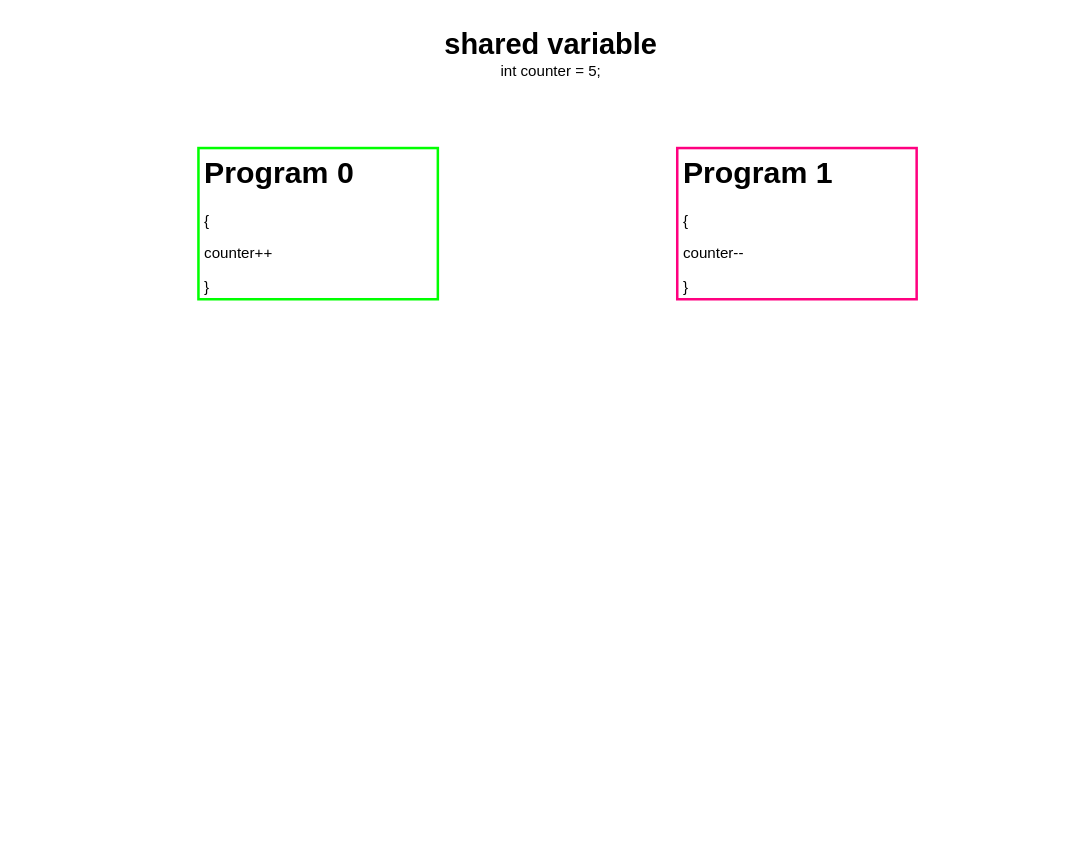
Above: sync-motivating-scenario.drawio in estraining/diagram-store (draw.io), before the change. Source tidied: cells renumbered, new cells numbered last; positions are measured from the earlier drawing's top-left corner, leaving out a move shared by most shapes. Both pictures are drawn from the tidied source at 126%, with x=0, y=0 at pixel (198, 21).
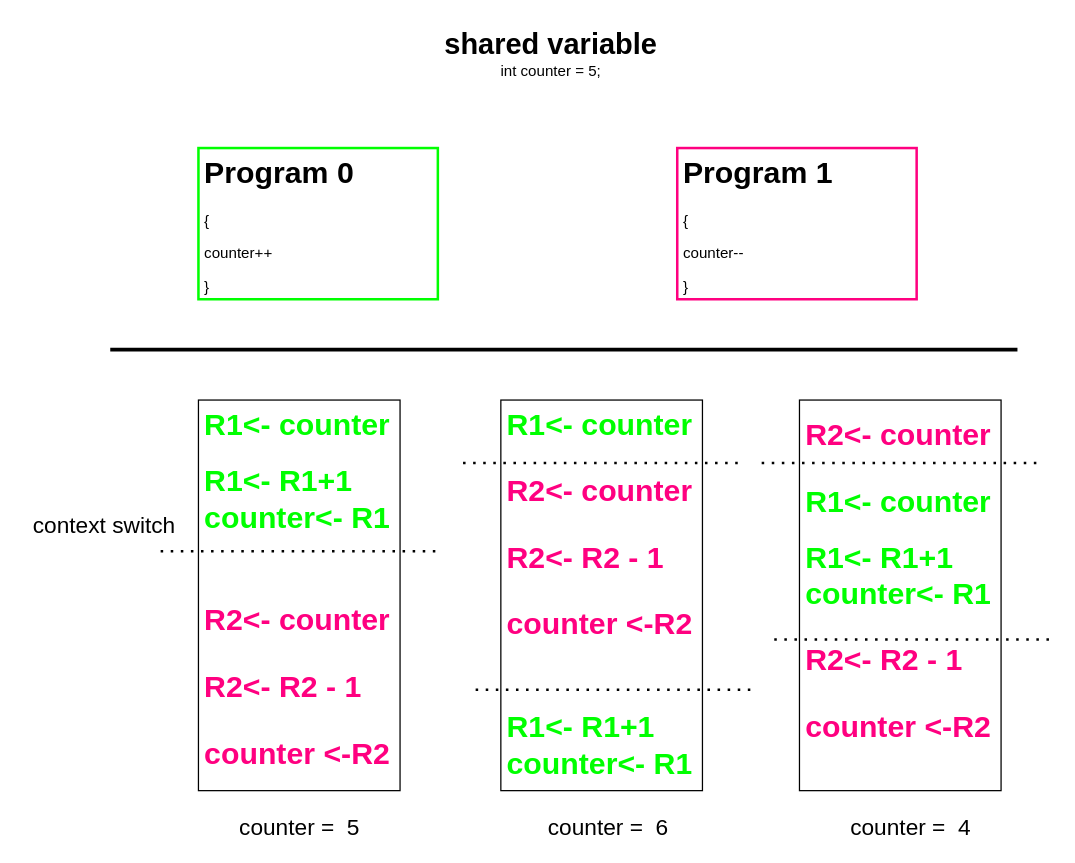
Above is the later version.

Diff of the diagram source:
```diff
@@
+    <mxCell id="5" style="endArrow=none;html=1;strokeWidth=3;" parent="1" edge="1">
+      <mxGeometry relative="1" as="geometry">
+        <mxPoint x="-70" y="260" as="sourcePoint" />
+        <mxPoint x="650" y="260" as="targetPoint" />
+      </mxGeometry>
+    </mxCell>
+    <mxCell id="6" value="&lt;h1&gt;&lt;font color=&quot;#00ff00&quot;&gt;R1&amp;lt;- counter&lt;/font&gt;&lt;/h1&gt;&lt;div style=&quot;font-size: 24px&quot;&gt;&lt;b&gt;&lt;font color=&quot;#00ff00&quot;&gt;R1&amp;lt;- R1+1&lt;/font&gt;&lt;/b&gt;&lt;/div&gt;&lt;div style=&quot;font-size: 24px&quot;&gt;&lt;b&gt;&lt;font color=&quot;#00ff00&quot;&gt;counter&amp;lt;- R1&lt;/font&gt;&lt;/b&gt;&lt;/div&gt;&lt;div style=&quot;font-size: 24px&quot;&gt;&lt;b&gt;&lt;br&gt;&lt;/b&gt;&lt;/div&gt;&lt;p style=&quot;font-size: 24px&quot;&gt;&lt;b&gt;&lt;font color=&quot;#ff0080&quot;&gt;R2&amp;lt;- counter&lt;/font&gt;&lt;/b&gt;&lt;/p&gt;&lt;p style=&quot;font-size: 24px&quot;&gt;&lt;b&gt;&lt;font color=&quot;#ff0080&quot;&gt;R2&amp;lt;- R2 - 1&lt;/font&gt;&lt;/b&gt;&lt;/p&gt;&lt;p style=&quot;font-size: 24px&quot;&gt;&lt;b&gt;&lt;font color=&quot;#ff0080&quot;&gt;counter &amp;lt;-R2&lt;/font&gt;&lt;/b&gt;&lt;/p&gt;&lt;p style=&quot;font-size: 24px&quot;&gt;&lt;b&gt;&lt;br&gt;&lt;/b&gt;&lt;/p&gt;" style="text;html=1;fillColor=none;spacing=5;spacingTop=-20;whiteSpace=wrap;overflow=hidden;rounded=0;strokeColor=#000000;" parent="1" vertex="1">
+      <mxGeometry y="300" width="160" height="310" as="geometry" />
+    </mxCell>
+    <mxCell id="7" style="endArrow=none;dashed=1;html=1;dashPattern=1 3;strokeWidth=2;" parent="1" edge="1">
+      <mxGeometry relative="1" as="geometry">
+        <mxPoint x="-30" y="420" as="sourcePoint" />
+        <mxPoint x="190" y="420" as="targetPoint" />
+      </mxGeometry>
+    </mxCell>
+    <mxCell id="8" value="&lt;h1&gt;&lt;font color=&quot;#00ff00&quot;&gt;R1&amp;lt;- counter&lt;/font&gt;&lt;/h1&gt;&lt;div style=&quot;font-size: 24px&quot;&gt;&lt;p&gt;&lt;b&gt;&lt;font color=&quot;#ff0080&quot;&gt;R2&amp;lt;- counter&lt;/font&gt;&lt;/b&gt;&lt;/p&gt;&lt;p&gt;&lt;b&gt;&lt;font color=&quot;#ff0080&quot;&gt;R2&amp;lt;- R2 - 1&lt;/font&gt;&lt;/b&gt;&lt;/p&gt;&lt;p&gt;&lt;b&gt;&lt;font color=&quot;#ff0080&quot;&gt;counter &amp;lt;-R2&lt;/font&gt;&lt;/b&gt;&lt;/p&gt;&lt;div&gt;&lt;b&gt;&lt;font color=&quot;#ff0080&quot;&gt;&lt;br&gt;&lt;/font&gt;&lt;/b&gt;&lt;/div&gt;&lt;/div&gt;&lt;div style=&quot;font-size: 24px&quot;&gt;&lt;b&gt;&lt;font color=&quot;#00ff00&quot;&gt;R1&amp;lt;- R1+1&lt;/font&gt;&lt;/b&gt;&lt;/div&gt;&lt;div style=&quot;font-size: 24px&quot;&gt;&lt;b&gt;&lt;font color=&quot;#00ff00&quot;&gt;counter&amp;lt;- R1&lt;/font&gt;&lt;/b&gt;&lt;/div&gt;&lt;div style=&quot;font-size: 24px&quot;&gt;&lt;b&gt;&lt;br&gt;&lt;/b&gt;&lt;/div&gt;&lt;p style=&quot;font-size: 24px&quot;&gt;&lt;br&gt;&lt;/p&gt;" style="text;html=1;fillColor=none;spacing=5;spacingTop=-20;whiteSpace=wrap;overflow=hidden;rounded=0;strokeColor=#000000;" parent="1" vertex="1">
+      <mxGeometry x="240" y="300" width="160" height="310" as="geometry" />
+    </mxCell>
+    <mxCell id="9" style="endArrow=none;dashed=1;html=1;dashPattern=1 3;strokeWidth=2;" parent="1" edge="1">
+      <mxGeometry relative="1" as="geometry">
+        <mxPoint x="210" y="350" as="sourcePoint" />
+        <mxPoint x="430" y="350" as="targetPoint" />
+      </mxGeometry>
+    </mxCell>
+    <mxCell id="10" style="endArrow=none;dashed=1;html=1;dashPattern=1 3;strokeWidth=2;" parent="1" edge="1">
+      <mxGeometry relative="1" as="geometry">
+        <mxPoint x="220" y="530" as="sourcePoint" />
+        <mxPoint x="440" y="530" as="targetPoint" />
+      </mxGeometry>
+    </mxCell>
+    <mxCell id="11" value="&lt;h1&gt;&lt;p style=&quot;font-weight: 400&quot;&gt;&lt;b&gt;&lt;font color=&quot;#ff0080&quot;&gt;R2&amp;lt;- counter&lt;/font&gt;&lt;/b&gt;&lt;/p&gt;&lt;/h1&gt;&lt;h1&gt;&lt;font color=&quot;#00ff00&quot;&gt;R1&amp;lt;- counter&lt;/font&gt;&lt;/h1&gt;&lt;div&gt;&lt;div style=&quot;font-size: 24px&quot;&gt;&lt;b&gt;&lt;font color=&quot;#00ff00&quot;&gt;R1&amp;lt;- R1+1&lt;/font&gt;&lt;/b&gt;&lt;/div&gt;&lt;div style=&quot;font-size: 24px&quot;&gt;&lt;b&gt;&lt;font color=&quot;#00ff00&quot;&gt;counter&amp;lt;- R1&lt;/font&gt;&lt;/b&gt;&lt;/div&gt;&lt;/div&gt;&lt;div style=&quot;font-size: 24px&quot;&gt;&lt;p&gt;&lt;b&gt;&lt;font color=&quot;#ff0080&quot;&gt;R2&amp;lt;- R2 - 1&lt;/font&gt;&lt;/b&gt;&lt;br&gt;&lt;/p&gt;&lt;p&gt;&lt;b&gt;&lt;font color=&quot;#ff0080&quot;&gt;counter &amp;lt;-R2&lt;/font&gt;&lt;/b&gt;&lt;/p&gt;&lt;div&gt;&lt;b&gt;&lt;font color=&quot;#ff0080&quot;&gt;&lt;br&gt;&lt;/font&gt;&lt;/b&gt;&lt;/div&gt;&lt;/div&gt;&lt;div style=&quot;font-size: 24px&quot;&gt;&lt;br&gt;&lt;/div&gt;&lt;div style=&quot;font-size: 24px&quot;&gt;&lt;b&gt;&lt;br&gt;&lt;/b&gt;&lt;/div&gt;&lt;p style=&quot;font-size: 24px&quot;&gt;&lt;br&gt;&lt;/p&gt;" style="text;html=1;fillColor=none;spacing=5;spacingTop=-20;whiteSpace=wrap;overflow=hidden;rounded=0;strokeColor=#000000;" parent="1" vertex="1">
+      <mxGeometry x="477" y="300" width="160" height="310" as="geometry" />
+    </mxCell>
+    <mxCell id="12" style="endArrow=none;dashed=1;html=1;dashPattern=1 3;strokeWidth=2;" parent="1" edge="1">
+      <mxGeometry relative="1" as="geometry">
+        <mxPoint x="447" y="350" as="sourcePoint" />
+        <mxPoint x="667" y="350" as="targetPoint" />
+      </mxGeometry>
+    </mxCell>
+    <mxCell id="13" style="endArrow=none;dashed=1;html=1;dashPattern=1 3;strokeWidth=2;" parent="1" edge="1">
+      <mxGeometry relative="1" as="geometry">
+        <mxPoint x="457" y="490" as="sourcePoint" />
+        <mxPoint x="677" y="490" as="targetPoint" />
+      </mxGeometry>
+    </mxCell>
+    <mxCell id="14" value="&lt;font style=&quot;font-size: 18px&quot;&gt;context switch&lt;/font&gt;" style="text;html=1;align=center;verticalAlign=middle;" parent="1" vertex="1">
+      <mxGeometry x="-140" y="390" width="130" height="20" as="geometry" />
+    </mxCell>
+    <mxCell id="15" value="&lt;font style=&quot;font-size: 18px&quot;&gt;counter =&amp;nbsp; 5&lt;/font&gt;" style="text;html=1;align=center;verticalAlign=middle;" parent="1" vertex="1">
+      <mxGeometry x="25" y="630" width="110" height="20" as="geometry" />
+    </mxCell>
+    <mxCell id="16" value="&lt;font style=&quot;font-size: 18px&quot;&gt;counter =&amp;nbsp; 6&lt;/font&gt;" style="text;html=1;align=center;verticalAlign=middle;" parent="1" vertex="1">
+      <mxGeometry x="270" y="630" width="110" height="20" as="geometry" />
+    </mxCell>
+    <mxCell id="17" value="&lt;font style=&quot;font-size: 18px&quot;&gt;counter =&amp;nbsp; 4&lt;/font&gt;" style="text;html=1;align=center;verticalAlign=middle;" parent="1" vertex="1">
+      <mxGeometry x="510" y="630" width="110" height="20" as="geometry" />
+    </mxCell>
```
